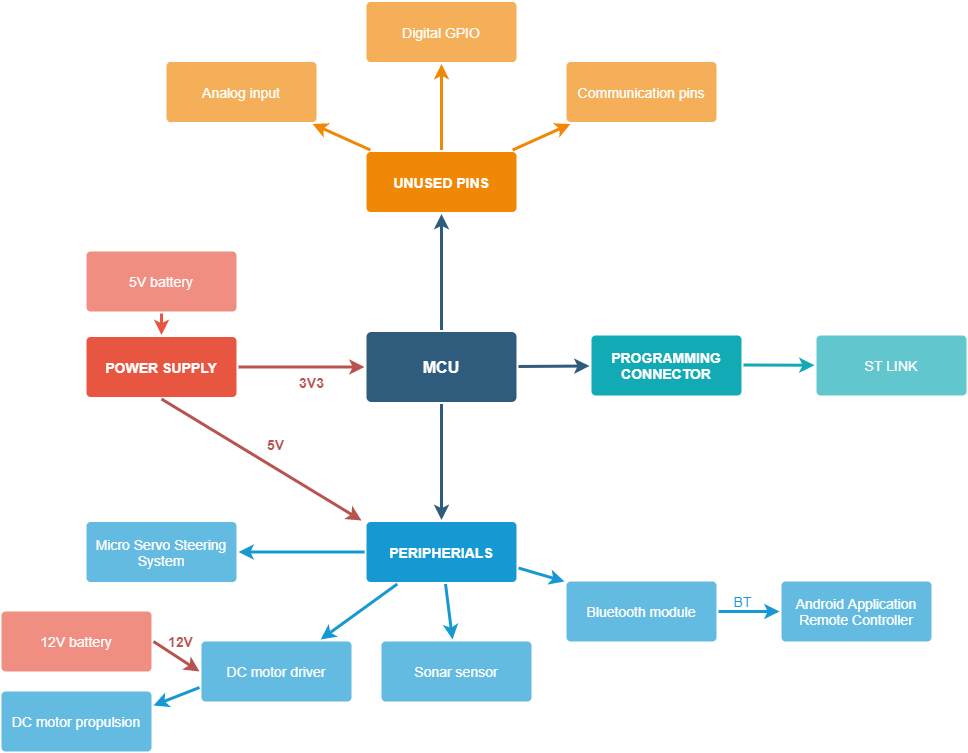
Before: Top System Design.png, a diagram exported from draw.io (PavlePn/Diplomski). Source tidied: cells renumbered, new cells last; positions are measured from the earlier drawing's top-left corner, leaving out a move shared by most shapes.
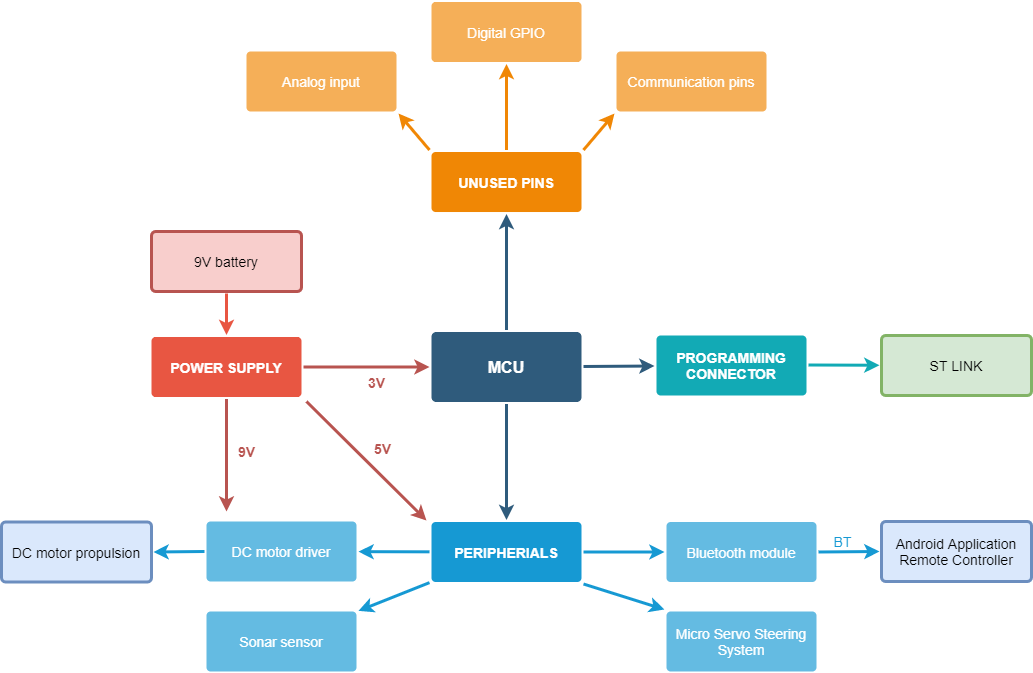
The same file after the commit.

The edit, as a diff of the source:
```diff
@@ -11,67 +11,61 @@
     <mxCell id="4" style="edgeStyle=none;rounded=0;jumpStyle=none;html=1;shadow=0;labelBackgroundColor=none;startArrow=none;startFill=0;endArrow=classic;endFill=1;jettySize=auto;strokeColor=#2F5B7C;strokeWidth=3;fontFamily=Helvetica;fontSize=16;fontColor=#23445D;spacing=5;" parent="1" edge="1" source="6" target="13">
       <mxGeometry relative="1" as="geometry" />
     </mxCell>
-    <mxCell id="5" value="3V3&lt;br style=&quot;font-size: 14px;&quot;&gt;" style="edgeStyle=none;rounded=0;jumpStyle=none;html=1;shadow=0;labelBackgroundColor=none;startArrow=none;startFill=0;endArrow=classic;endFill=1;jettySize=auto;strokeWidth=3;fontFamily=Helvetica;fontSize=14;spacing=5;fontColor=#B85450;strokeColor=#B85450;fontStyle=1;" parent="1" edge="1" source="8" target="6">
+    <mxCell id="5" value="3V" style="edgeStyle=none;rounded=0;jumpStyle=none;html=1;shadow=0;labelBackgroundColor=none;startArrow=none;startFill=0;endArrow=classic;endFill=1;jettySize=auto;strokeWidth=3;fontFamily=Helvetica;fontSize=14;spacing=5;fontColor=#B85450;strokeColor=#B85450;fontStyle=1;" parent="1" edge="1" source="8" target="6">
       <mxGeometry x="0.16" y="-15" relative="1" as="geometry" />
     </mxCell>
     <mxCell id="6" value="MCU" style="rounded=1;whiteSpace=wrap;html=1;shadow=0;labelBackgroundColor=none;strokeColor=none;strokeWidth=3;fillColor=#2F5B7C;fontFamily=Helvetica;fontSize=16;fontColor=#FFFFFF;align=center;fontStyle=1;spacing=5;arcSize=7;perimeterSpacing=2;" parent="1" vertex="1">
       <mxGeometry x="365" y="330.5" width="150" height="70" as="geometry" />
     </mxCell>
-    <mxCell id="7" style="edgeStyle=none;rounded=1;jumpStyle=none;html=1;shadow=0;labelBackgroundColor=none;startArrow=none;startFill=0;jettySize=auto;strokeColor=#E85642;strokeWidth=3;fontFamily=Helvetica;fontSize=14;fontColor=#FFFFFF;spacing=5;fontStyle=1;fillColor=#b0e3e6;" parent="1" edge="1" source="9" target="8">
-      <mxGeometry relative="1" as="geometry" />
-    </mxCell>
     <mxCell id="8" value="POWER SUPPLY" style="rounded=1;whiteSpace=wrap;html=1;shadow=0;labelBackgroundColor=none;strokeColor=none;strokeWidth=3;fillColor=#e85642;fontFamily=Helvetica;fontSize=14;fontColor=#FFFFFF;align=center;spacing=5;fontStyle=1;arcSize=7;perimeterSpacing=2;" parent="1" vertex="1">
       <mxGeometry x="85" y="335.5" width="150" height="60" as="geometry" />
     </mxCell>
-    <mxCell id="9" value="5V battery" style="rounded=1;whiteSpace=wrap;html=1;shadow=0;labelBackgroundColor=none;strokeColor=none;strokeWidth=3;fillColor=#f08e81;fontFamily=Helvetica;fontSize=14;fontColor=#FFFFFF;align=center;spacing=5;fontStyle=0;arcSize=7;perimeterSpacing=2;" parent="1" vertex="1">
-      <mxGeometry x="85" y="250" width="150" height="60" as="geometry" />
-    </mxCell>
     <mxCell id="10" style="edgeStyle=none;rounded=0;jumpStyle=none;html=1;shadow=0;labelBackgroundColor=none;startArrow=none;startFill=0;endArrow=classic;endFill=1;jettySize=auto;strokeColor=#1699D3;strokeWidth=3;fontFamily=Helvetica;fontSize=14;fontColor=#FFFFFF;spacing=5;" parent="1" edge="1" source="13" target="16">
       <mxGeometry relative="1" as="geometry" />
     </mxCell>
     <mxCell id="11" style="edgeStyle=none;rounded=0;jumpStyle=none;html=1;shadow=0;labelBackgroundColor=none;startArrow=none;startFill=0;endArrow=classic;endFill=1;jettySize=auto;strokeColor=#1699D3;strokeWidth=3;fontFamily=Helvetica;fontSize=14;fontColor=#FFFFFF;spacing=5;" parent="1" edge="1" source="13" target="15">
       <mxGeometry relative="1" as="geometry" />
     </mxCell>
-    <mxCell id="12" style="edgeStyle=none;rounded=0;jumpStyle=none;html=1;shadow=0;labelBackgroundColor=none;startArrow=none;startFill=0;endArrow=classic;endFill=1;jettySize=auto;strokeColor=#1699D3;strokeWidth=3;fontFamily=Helvetica;fontSize=14;fontColor=#FFFFFF;spacing=5;" parent="1" edge="1" source="13" target="14">
+    <mxCell id="12" style="edgeStyle=none;rounded=0;jumpStyle=none;html=1;shadow=0;labelBackgroundColor=none;startArrow=none;startFill=0;endArrow=classic;endFill=1;jettySize=auto;strokeColor=#1699D3;strokeWidth=3;fontFamily=Helvetica;fontSize=14;fontColor=#FFFFFF;spacing=5;exitX=1;exitY=1;exitDx=0;exitDy=0;entryX=0;entryY=0;entryDx=0;entryDy=0;" parent="1" edge="1" source="13" target="14">
       <mxGeometry relative="1" as="geometry" />
     </mxCell>
     <mxCell id="13" value="PERIPHERIALS" style="rounded=1;whiteSpace=wrap;html=1;shadow=0;labelBackgroundColor=none;strokeColor=none;strokeWidth=3;fillColor=#1699d3;fontFamily=Helvetica;fontSize=14;fontColor=#FFFFFF;align=center;spacing=5;fontStyle=1;arcSize=7;perimeterSpacing=2;" parent="1" vertex="1">
       <mxGeometry x="365" y="520.5" width="150" height="60" as="geometry" />
     </mxCell>
     <mxCell id="14" value="Micro Servo Steering&lt;br&gt;System" style="rounded=1;whiteSpace=wrap;html=1;shadow=0;labelBackgroundColor=none;strokeColor=none;strokeWidth=3;fillColor=#64bbe2;fontFamily=Helvetica;fontSize=14;fontColor=#FFFFFF;align=center;spacing=5;arcSize=7;perimeterSpacing=2;" parent="1" vertex="1">
-      <mxGeometry x="85" y="520.5" width="150" height="60" as="geometry" />
+      <mxGeometry x="600" y="610" width="150" height="60" as="geometry" />
     </mxCell>
     <mxCell id="15" value="DC motor driver" style="rounded=1;whiteSpace=wrap;html=1;shadow=0;labelBackgroundColor=none;strokeColor=none;strokeWidth=3;fillColor=#64bbe2;fontFamily=Helvetica;fontSize=14;fontColor=#FFFFFF;align=center;spacing=5;arcSize=7;perimeterSpacing=2;" parent="1" vertex="1">
-      <mxGeometry x="200" y="640" width="150" height="60" as="geometry" />
+      <mxGeometry x="140" y="520" width="150" height="60" as="geometry" />
     </mxCell>
     <mxCell id="16" value="Sonar sensor" style="rounded=1;whiteSpace=wrap;html=1;shadow=0;labelBackgroundColor=none;strokeColor=none;strokeWidth=3;fillColor=#64bbe2;fontFamily=Helvetica;fontSize=14;fontColor=#FFFFFF;align=center;spacing=5;arcSize=7;perimeterSpacing=2;" parent="1" vertex="1">
-      <mxGeometry x="380" y="640" width="150" height="60" as="geometry" />
+      <mxGeometry x="140" y="610" width="150" height="60" as="geometry" />
     </mxCell>
     <mxCell id="17" value="UNUSED PINS" style="rounded=1;whiteSpace=wrap;html=1;shadow=0;labelBackgroundColor=none;strokeColor=none;strokeWidth=3;fillColor=#F08705;fontFamily=Helvetica;fontSize=14;fontColor=#FFFFFF;align=center;spacing=5;fontStyle=1;arcSize=7;perimeterSpacing=2;" parent="1" vertex="1">
       <mxGeometry x="365" y="150.5" width="150" height="60" as="geometry" />
     </mxCell>
     <mxCell id="18" value="Communication pins" style="rounded=1;whiteSpace=wrap;html=1;shadow=0;labelBackgroundColor=none;strokeColor=none;strokeWidth=3;fillColor=#f5af58;fontFamily=Helvetica;fontSize=14;fontColor=#FFFFFF;align=center;spacing=5;arcSize=7;perimeterSpacing=2;" parent="1" vertex="1">
-      <mxGeometry x="565" y="60.5" width="150" height="60" as="geometry" />
+      <mxGeometry x="550" y="50" width="150" height="60" as="geometry" />
     </mxCell>
-    <mxCell id="19" style="edgeStyle=none;rounded=0;jumpStyle=none;html=1;shadow=0;labelBackgroundColor=none;startArrow=none;startFill=0;endArrow=classic;endFill=1;jettySize=auto;strokeColor=#F08705;strokeWidth=3;fontFamily=Helvetica;fontSize=14;fontColor=#FFFFFF;spacing=5;" parent="1" edge="1" source="17" target="18">
+    <mxCell id="19" style="edgeStyle=none;rounded=0;jumpStyle=none;html=1;shadow=0;labelBackgroundColor=none;startArrow=none;startFill=0;endArrow=classic;endFill=1;jettySize=auto;strokeColor=#F08705;strokeWidth=3;fontFamily=Helvetica;fontSize=14;fontColor=#FFFFFF;spacing=5;exitX=1;exitY=0;exitDx=0;exitDy=0;entryX=0;entryY=1;entryDx=0;entryDy=0;" parent="1" edge="1" source="17" target="18">
       <mxGeometry relative="1" as="geometry" />
     </mxCell>
     <mxCell id="20" value="Digital GPIO" style="rounded=1;whiteSpace=wrap;html=1;shadow=0;labelBackgroundColor=none;strokeColor=none;strokeWidth=3;fillColor=#f5af58;fontFamily=Helvetica;fontSize=14;fontColor=#FFFFFF;align=center;spacing=5;arcSize=7;perimeterSpacing=2;" parent="1" vertex="1">
       <mxGeometry x="365" y="0.5" width="150" height="60" as="geometry" />
     </mxCell>
-    <mxCell id="21" style="edgeStyle=none;rounded=0;jumpStyle=none;html=1;shadow=0;labelBackgroundColor=none;startArrow=none;startFill=0;endArrow=classic;endFill=1;jettySize=auto;strokeColor=#F08705;strokeWidth=3;fontFamily=Helvetica;fontSize=14;fontColor=#FFFFFF;spacing=5;" parent="1" edge="1" source="17" target="20">
+    <mxCell id="21" style="edgeStyle=none;rounded=0;jumpStyle=none;html=1;shadow=0;labelBackgroundColor=none;startArrow=none;startFill=0;endArrow=classic;endFill=1;jettySize=auto;strokeColor=#F08705;strokeWidth=3;fontFamily=Helvetica;fontSize=14;fontColor=#FFFFFF;spacing=5;exitX=0.5;exitY=0;exitDx=0;exitDy=0;entryX=0.5;entryY=1;entryDx=0;entryDy=0;" parent="1" edge="1" source="17" target="20">
       <mxGeometry relative="1" as="geometry" />
     </mxCell>
     <mxCell id="22" value="Analog input" style="rounded=1;whiteSpace=wrap;html=1;shadow=0;labelBackgroundColor=none;strokeColor=none;strokeWidth=3;fillColor=#f5af58;fontFamily=Helvetica;fontSize=14;fontColor=#FFFFFF;align=center;spacing=5;arcSize=7;perimeterSpacing=2;" parent="1" vertex="1">
-      <mxGeometry x="165" y="60.5" width="150" height="60" as="geometry" />
+      <mxGeometry x="180" y="50" width="150" height="60" as="geometry" />
     </mxCell>
-    <mxCell id="23" style="edgeStyle=none;rounded=0;jumpStyle=none;html=1;shadow=0;labelBackgroundColor=none;startArrow=none;startFill=0;endArrow=classic;endFill=1;jettySize=auto;strokeColor=#F08705;strokeWidth=3;fontFamily=Helvetica;fontSize=14;fontColor=#FFFFFF;spacing=5;" parent="1" edge="1" source="17" target="22">
+    <mxCell id="23" style="edgeStyle=none;rounded=0;jumpStyle=none;html=1;shadow=0;labelBackgroundColor=none;startArrow=none;startFill=0;endArrow=classic;endFill=1;jettySize=auto;strokeColor=#F08705;strokeWidth=3;fontFamily=Helvetica;fontSize=14;fontColor=#FFFFFF;spacing=5;exitX=0;exitY=0;exitDx=0;exitDy=0;entryX=1;entryY=1;entryDx=0;entryDy=0;" parent="1" edge="1" source="17" target="22">
       <mxGeometry relative="1" as="geometry" />
     </mxCell>
     <mxCell id="24" value="PROGRAMMING&lt;br&gt;CONNECTOR" style="rounded=1;whiteSpace=wrap;html=1;shadow=0;labelBackgroundColor=none;strokeColor=none;strokeWidth=3;fillColor=#12aab5;fontFamily=Helvetica;fontSize=14;fontColor=#FFFFFF;align=center;spacing=5;fontStyle=1;arcSize=7;perimeterSpacing=2;" parent="1" vertex="1">
       <mxGeometry x="590" y="334" width="150" height="60" as="geometry" />
     </mxCell>
-    <mxCell id="25" value="ST LINK" style="rounded=1;whiteSpace=wrap;html=1;shadow=0;labelBackgroundColor=none;strokeColor=none;strokeWidth=3;fillColor=#61c6ce;fontFamily=Helvetica;fontSize=14;fontColor=#FFFFFF;align=center;spacing=5;fontStyle=0;arcSize=7;perimeterSpacing=2;" parent="1" vertex="1">
+    <mxCell id="25" value="ST LINK" style="rounded=1;whiteSpace=wrap;html=1;shadow=0;labelBackgroundColor=none;strokeColor=#82b366;strokeWidth=3;fillColor=#d5e8d4;fontFamily=Helvetica;fontSize=14;align=center;spacing=5;fontStyle=0;arcSize=7;perimeterSpacing=2;" parent="1" vertex="1">
       <mxGeometry x="815" y="334" width="150" height="60" as="geometry" />
     </mxCell>
     <mxCell id="26" style="edgeStyle=none;rounded=1;jumpStyle=none;html=1;shadow=0;labelBackgroundColor=none;startArrow=none;startFill=0;jettySize=auto;strokeColor=#12AAB5;strokeWidth=3;fontFamily=Helvetica;fontSize=14;fontColor=#FFFFFF;spacing=5;fontStyle=1;fillColor=#b0e3e6;" parent="1" edge="1" target="25">
@@ -80,35 +74,39 @@
       </mxGeometry>
     </mxCell>
     <mxCell id="27" value="Bluetooth module" style="rounded=1;whiteSpace=wrap;html=1;shadow=0;labelBackgroundColor=none;strokeColor=none;strokeWidth=3;fillColor=#64bbe2;fontFamily=Helvetica;fontSize=14;fontColor=#FFFFFF;align=center;spacing=5;arcSize=7;perimeterSpacing=2;" parent="1" vertex="1">
-      <mxGeometry x="565" y="580" width="150" height="60" as="geometry" />
+      <mxGeometry x="600" y="520.5" width="150" height="60" as="geometry" />
     </mxCell>
-    <mxCell id="28" style="edgeStyle=none;rounded=0;jumpStyle=none;html=1;shadow=0;labelBackgroundColor=none;startArrow=none;startFill=0;endArrow=classic;endFill=1;jettySize=auto;strokeColor=#1699D3;strokeWidth=3;fontFamily=Helvetica;fontSize=14;fontColor=#FFFFFF;spacing=5;exitX=1;exitY=0.75;exitDx=0;exitDy=0;" parent="1" edge="1" source="13">
-      <mxGeometry relative="1" as="geometry">
-        <mxPoint x="563" y="580" as="targetPoint" />
-      </mxGeometry>
+    <mxCell id="28" style="edgeStyle=none;rounded=0;jumpStyle=none;html=1;shadow=0;labelBackgroundColor=none;startArrow=none;startFill=0;endArrow=classic;endFill=1;jettySize=auto;strokeColor=#1699D3;strokeWidth=3;fontFamily=Helvetica;fontSize=14;fontColor=#FFFFFF;spacing=5;entryX=0;entryY=0.5;entryDx=0;entryDy=0;exitX=1;exitY=0.5;exitDx=0;exitDy=0;" parent="1" edge="1" source="13" target="27">
+      <mxGeometry relative="1" as="geometry" />
     </mxCell>
-    <mxCell id="29" value="DC motor propulsion" style="rounded=1;whiteSpace=wrap;html=1;shadow=0;labelBackgroundColor=none;strokeColor=none;strokeWidth=3;fillColor=#64bbe2;fontFamily=Helvetica;fontSize=14;fontColor=#FFFFFF;align=center;spacing=5;arcSize=7;perimeterSpacing=2;" parent="1" vertex="1">
-      <mxGeometry y="690" width="150" height="60" as="geometry" />
+    <mxCell id="29" value="DC motor propulsion" style="rounded=1;whiteSpace=wrap;html=1;shadow=0;labelBackgroundColor=none;strokeColor=#6c8ebf;strokeWidth=3;fillColor=#dae8fc;fontFamily=Helvetica;fontSize=14;align=center;spacing=5;arcSize=7;perimeterSpacing=2;" parent="1" vertex="1">
+      <mxGeometry x="-65" y="520.5" width="150" height="60" as="geometry" />
     </mxCell>
-    <mxCell id="30" style="edgeStyle=none;rounded=0;jumpStyle=none;html=1;shadow=0;labelBackgroundColor=none;startArrow=none;startFill=0;endArrow=classic;endFill=1;jettySize=auto;strokeColor=#1699D3;strokeWidth=3;fontFamily=Helvetica;fontSize=14;fontColor=#FFFFFF;spacing=5;exitX=0;exitY=0.75;exitDx=0;exitDy=0;entryX=1;entryY=0.25;entryDx=0;entryDy=0;" parent="1" edge="1" source="15" target="29">
+    <mxCell id="30" style="edgeStyle=none;rounded=0;jumpStyle=none;html=1;shadow=0;labelBackgroundColor=none;startArrow=none;startFill=0;endArrow=classic;endFill=1;jettySize=auto;strokeColor=#1699D3;strokeWidth=3;fontFamily=Helvetica;fontSize=14;fontColor=#FFFFFF;spacing=5;exitX=0;exitY=0.5;exitDx=0;exitDy=0;entryX=1;entryY=0.5;entryDx=0;entryDy=0;" parent="1" edge="1" source="15" target="29">
       <mxGeometry relative="1" as="geometry" />
     </mxCell>
-    <mxCell id="31" value="Android Application&lt;br&gt;Remote Controller" style="rounded=1;whiteSpace=wrap;html=1;shadow=0;labelBackgroundColor=none;strokeColor=none;strokeWidth=3;fillColor=#64bbe2;fontFamily=Helvetica;fontSize=14;fontColor=#FFFFFF;align=center;spacing=5;arcSize=7;perimeterSpacing=2;" parent="1" vertex="1">
-      <mxGeometry x="780" y="580" width="150" height="60" as="geometry" />
+    <mxCell id="31" value="Android Application&lt;br&gt;Remote Controller" style="rounded=1;whiteSpace=wrap;html=1;shadow=0;labelBackgroundColor=none;strokeColor=#6c8ebf;strokeWidth=3;fillColor=#dae8fc;fontFamily=Helvetica;fontSize=14;align=center;spacing=5;arcSize=7;perimeterSpacing=2;" parent="1" vertex="1">
+      <mxGeometry x="815" y="520" width="150" height="60" as="geometry" />
     </mxCell>
     <mxCell id="32" value="BT" style="edgeStyle=none;rounded=0;jumpStyle=none;html=1;shadow=0;labelBackgroundColor=none;startArrow=none;startFill=0;endArrow=classic;endFill=1;jettySize=auto;strokeWidth=3;fontFamily=Helvetica;fontSize=14;spacing=5;exitX=1;exitY=0.5;exitDx=0;exitDy=0;strokeColor=#1699D3;fontColor=#1699D3;entryX=0;entryY=0.5;entryDx=0;entryDy=0;" parent="1" edge="1" source="27" target="31">
       <mxGeometry x="-0.22" y="10" relative="1" as="geometry" />
     </mxCell>
-    <mxCell id="33" value="5V" style="edgeStyle=none;rounded=1;jumpStyle=none;html=1;shadow=0;labelBackgroundColor=none;startArrow=none;startFill=0;jettySize=auto;strokeWidth=3;fontFamily=Helvetica;fontSize=14;spacing=5;fontStyle=1;exitX=0.5;exitY=1;exitDx=0;exitDy=0;fillColor=#f8cecc;strokeColor=#B85450;fontColor=#B85450;" parent="1" edge="1" source="8">
+    <mxCell id="33" value="5V" style="edgeStyle=none;rounded=1;jumpStyle=none;html=1;shadow=0;labelBackgroundColor=none;startArrow=none;startFill=0;jettySize=auto;orthogonalLoop=1;strokeWidth=3;fontFamily=Helvetica;fontSize=14;spacing=5;fontStyle=1;fillColor=#f8cecc;strokeColor=#B85450;fontColor=#B85450;" parent="1" edge="1">
       <mxGeometry x="0.03" y="20" relative="1" as="geometry">
+        <mxPoint x="240" y="400" as="sourcePoint" />
         <mxPoint x="360" y="519" as="targetPoint" />
       </mxGeometry>
     </mxCell>
-    <mxCell id="34" value="12V battery" style="rounded=1;whiteSpace=wrap;html=1;shadow=0;labelBackgroundColor=none;strokeColor=none;strokeWidth=3;fillColor=#f08e81;fontFamily=Helvetica;fontSize=14;fontColor=#FFFFFF;align=center;spacing=5;fontStyle=0;arcSize=7;perimeterSpacing=2;" parent="1" vertex="1">
-      <mxGeometry y="610" width="150" height="60" as="geometry" />
-    </mxCell>
-    <mxCell id="35" value="12V" style="edgeStyle=none;rounded=1;jumpStyle=none;html=1;shadow=0;labelBackgroundColor=none;startArrow=none;startFill=0;jettySize=auto;strokeWidth=3;fontFamily=Helvetica;fontSize=14;spacing=5;fontStyle=1;exitX=1;exitY=0.5;exitDx=0;exitDy=0;entryX=0;entryY=0.5;entryDx=0;entryDy=0;fillColor=#f8cecc;strokeColor=#B85450;fontColor=#B85450;" parent="1" edge="1" source="34" target="15">
-      <mxGeometry x="-0.15" y="15" relative="1" as="geometry" />
-    </mxCell>
+    <mxCell id="36" value="9V battery" style="rounded=1;whiteSpace=wrap;html=1;shadow=0;labelBackgroundColor=none;strokeColor=#b85450;strokeWidth=3;fillColor=#f8cecc;fontFamily=Helvetica;fontSize=14;align=center;spacing=5;fontStyle=0;arcSize=7;perimeterSpacing=2;" parent="1" vertex="1">
+      <mxGeometry x="85" y="230" width="150" height="60" as="geometry" />
+    </mxCell>
+    <mxCell id="37" style="edgeStyle=none;rounded=1;jumpStyle=none;html=1;shadow=0;labelBackgroundColor=none;startArrow=none;startFill=0;jettySize=auto;strokeColor=#E85642;strokeWidth=3;fontFamily=Helvetica;fontSize=14;fontColor=#FFFFFF;spacing=5;fontStyle=1;fillColor=#b0e3e6;exitX=0.5;exitY=1;exitDx=0;exitDy=0;entryX=0.5;entryY=0;entryDx=0;entryDy=0;" parent="1" edge="1" source="36" target="8">
+      <mxGeometry relative="1" as="geometry" />
+    </mxCell>
+    <mxCell id="38" value="9V" style="edgeStyle=none;rounded=1;jumpStyle=none;html=1;shadow=0;labelBackgroundColor=none;startArrow=none;startFill=0;jettySize=auto;strokeWidth=3;fontFamily=Helvetica;fontSize=14;spacing=5;fontStyle=1;fillColor=#f8cecc;strokeColor=#B85450;fontColor=#B85450;exitX=0.5;exitY=1;exitDx=0;exitDy=0;" parent="1" edge="1" source="8">
+      <mxGeometry x="-0.07" y="20" relative="1" as="geometry">
+        <mxPoint x="160" y="510" as="targetPoint" />
+      </mxGeometry>
+    </mxCell>
   </root>
 </mxGraphModel>
```
